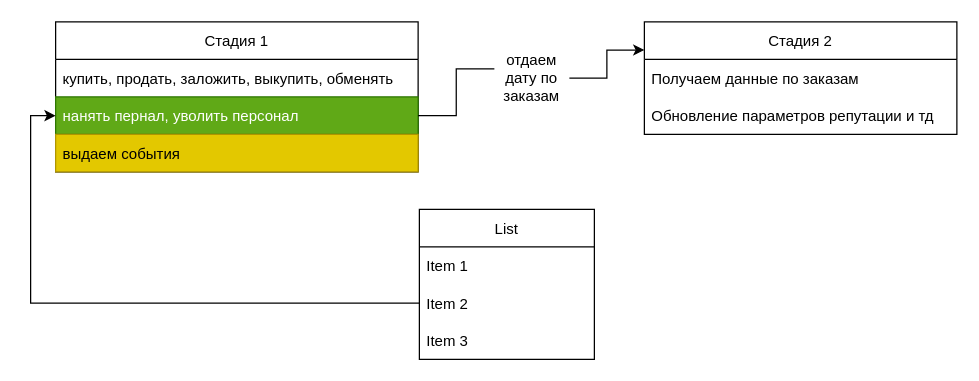
This is page "Page-3" (3 of 5) of dev/classes.drawio from korshunovamm/InnPrac, a draw.io file, before an edit. Source tidied: cells renumbered, new cells numbered last; positions are measured from the earlier drawing's top-left corner, leaving out a move shared by most shapes. Both pictures are drawn from the tidied source at 125%, with x=0, y=0 at pixel (30, 21).
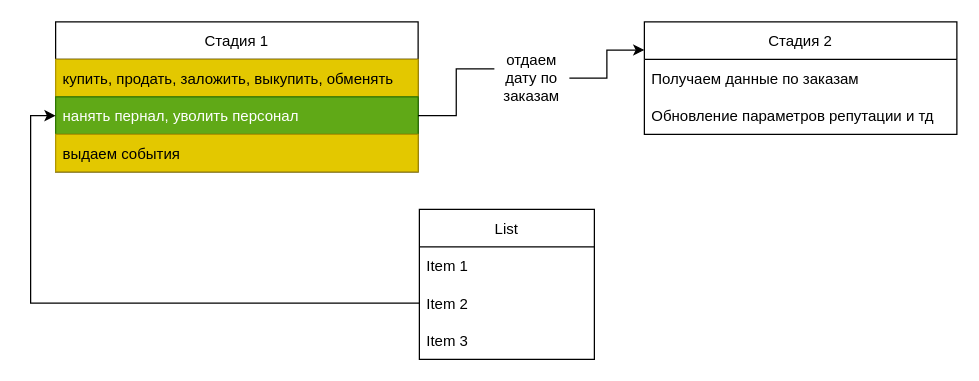
The same diagram, later.

Diff of the diagram source:
```diff
@@
 <mxGraphModel>
   <root>
     <mxCell id="0" />
     <mxCell id="1" parent="0" />
     <mxCell id="2" value="Стадия 1" style="swimlane;fontStyle=0;horizontal=1;startSize=30;" parent="1" vertex="1">
       <mxGeometry x="20" width="290" height="120" as="geometry" />
     </mxCell>
-    <mxCell id="3" value="купить, продать, заложить, выкупить, обменять" style="text;strokeColor=none;fillColor=none;align=left;verticalAlign=middle;spacingLeft=4;spacingRight=4;overflow=hidden;" parent="2" vertex="1">
+    <mxCell id="3" value="купить, продать, заложить, выкупить, обменять" style="text;strokeColor=#B09500;fillColor=#e3c800;align=left;verticalAlign=middle;spacingLeft=4;spacingRight=4;overflow=hidden;fontColor=#000000;" parent="2" vertex="1">
       <mxGeometry y="30" width="290" height="30" as="geometry" />
     </mxCell>
     <mxCell id="4" value="нанять пернал, уволить персонал" style="text;strokeColor=#2D7600;fillColor=#60a917;align=left;verticalAlign=middle;spacingLeft=4;spacingRight=4;overflow=hidden;points=[[0,0.5],[1,0.5]];portConstraint=eastwest;fontColor=#ffffff;" parent="2" vertex="1">
       <mxGeometry y="60" width="290" height="30" as="geometry" />
     </mxCell>
     <mxCell id="5" value="выдаем события" style="text;strokeColor=#B09500;fillColor=#e3c800;align=left;verticalAlign=middle;spacingLeft=4;spacingRight=4;overflow=hidden;fontColor=#000000;" parent="2" vertex="1">
       <mxGeometry y="90" width="290" height="30" as="geometry" />
     </mxCell>
     <mxCell id="6" value="Стадия 2" style="swimlane;fontStyle=0;horizontal=1;startSize=30;" parent="1" vertex="1">
       <mxGeometry x="491" width="250" height="90" as="geometry" />
     </mxCell>
     <mxCell id="7" value="Получаем данные по заказам" style="text;strokeColor=none;fillColor=none;align=left;verticalAlign=middle;spacingLeft=4;spacingRight=4;overflow=hidden;" parent="6" vertex="1">
       <mxGeometry y="30" width="250" height="30" as="geometry" />
     </mxCell>
     <mxCell id="8" value="Обновление параметров репутации и тд" style="text;strokeColor=none;fillColor=none;align=left;verticalAlign=middle;spacingLeft=4;spacingRight=4;overflow=hidden;" parent="6" vertex="1">
       <mxGeometry y="60" width="250" height="30" as="geometry" />
     </mxCell>
     <mxCell id="9" style="edgeStyle=orthogonalEdgeStyle;rounded=0;jettySize=auto;html=1;exitX=1;exitY=0.5;exitDx=0;exitDy=0;entryX=0;entryY=0.25;entryDx=0;entryDy=0;startArrow=none;" parent="1" edge="1" source="15" target="6">
       <mxGeometry relative="1" as="geometry" />
     </mxCell>
     <mxCell id="10" value="List" style="swimlane;fontStyle=0;horizontal=1;startSize=30;" parent="1" vertex="1">
       <mxGeometry x="311" y="150" width="140" height="120" as="geometry" />
     </mxCell>
     <mxCell id="11" value="Item 1" style="text;strokeColor=none;fillColor=none;align=left;verticalAlign=middle;spacingLeft=4;spacingRight=4;overflow=hidden;" parent="10" vertex="1">
       <mxGeometry y="30" width="140" height="30" as="geometry" />
     </mxCell>
     <mxCell id="12" value="Item 2" style="text;strokeColor=none;fillColor=none;align=left;verticalAlign=middle;spacingLeft=4;spacingRight=4;overflow=hidden;points=[[0,0.5],[1,0.5]];portConstraint=eastwest;" parent="10" vertex="1">
       <mxGeometry y="60" width="140" height="30" as="geometry" />
     </mxCell>
     <mxCell id="13" value="Item 3" style="text;strokeColor=none;fillColor=none;align=left;verticalAlign=middle;spacingLeft=4;spacingRight=4;overflow=hidden;" parent="10" vertex="1">
       <mxGeometry y="90" width="140" height="30" as="geometry" />
     </mxCell>
     <mxCell id="14" style="edgeStyle=orthogonalEdgeStyle;rounded=0;jettySize=auto;html=1;exitX=0;exitY=0.5;exitDx=0;exitDy=0;entryX=0;entryY=0.5;entryDx=0;entryDy=0;" parent="1" edge="1" source="12" target="4">
       <mxGeometry relative="1" as="geometry">
         <Array as="points">
           <mxPoint y="225" />
           <mxPoint y="75" />
         </Array>
       </mxGeometry>
     </mxCell>
     <mxCell id="15" value="отдаем дату по заказам" style="text;html=1;strokeColor=none;fillColor=none;align=center;verticalAlign=middle;whiteSpace=wrap;rounded=0;" parent="1" vertex="1">
       <mxGeometry x="371" y="30" width="60" height="30" as="geometry" />
     </mxCell>
     <mxCell id="16" style="edgeStyle=orthogonalEdgeStyle;rounded=0;jettySize=auto;html=1;exitX=1;exitY=0.5;exitDx=0;exitDy=0;entryX=0;entryY=0.25;entryDx=0;entryDy=0;endArrow=none;" parent="1" edge="1" source="4" target="15">
       <mxGeometry relative="1" as="geometry" />
     </mxCell>
   </root>
 </mxGraphModel>
```
